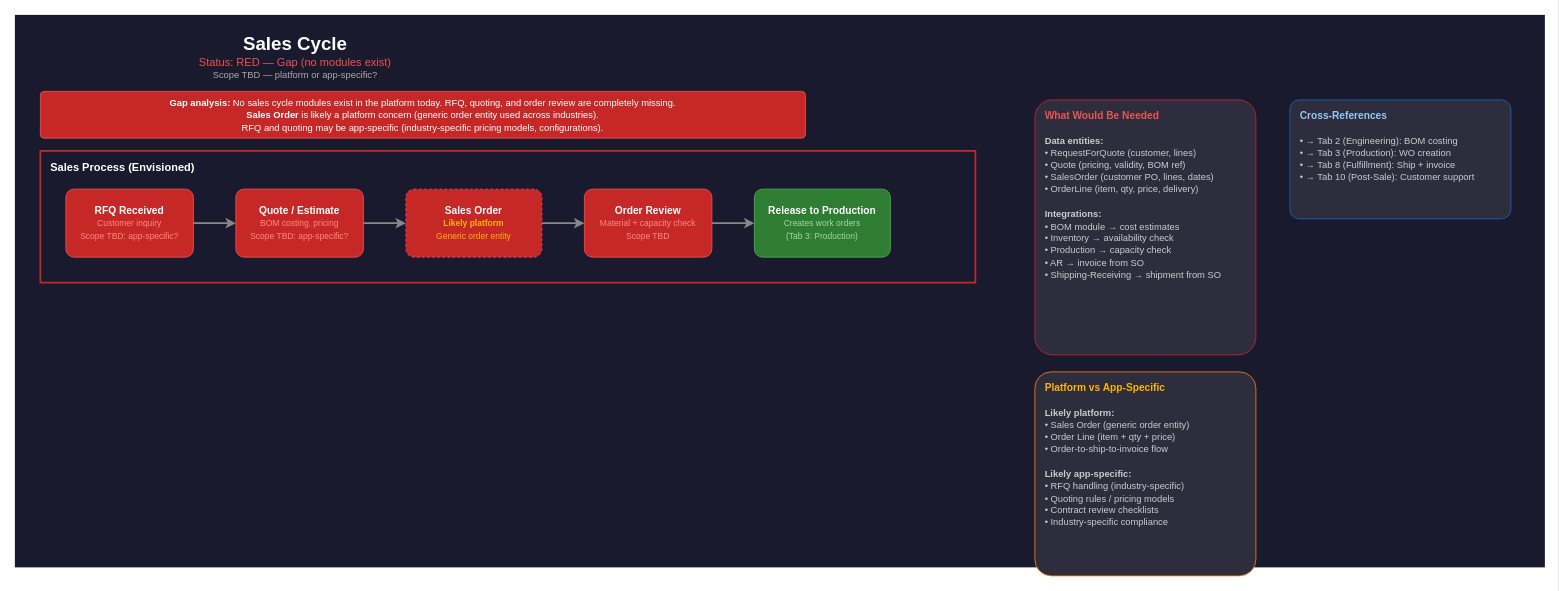
Before: page "9. Sales Cycle" (10 of 11) of docs/plans/manufacturing-lifecycle.drawio in 7D-Solutions/7D-Solutions-Platform, a draw.io diagram. Source tidied: cells renumbered, new cells numbered last; positions are measured from the earlier drawing's top-left corner, leaving out a move shared by most shapes. Both pictures are drawn from the tidied source at 85%, with x=0, y=0 at pixel (14, 14).
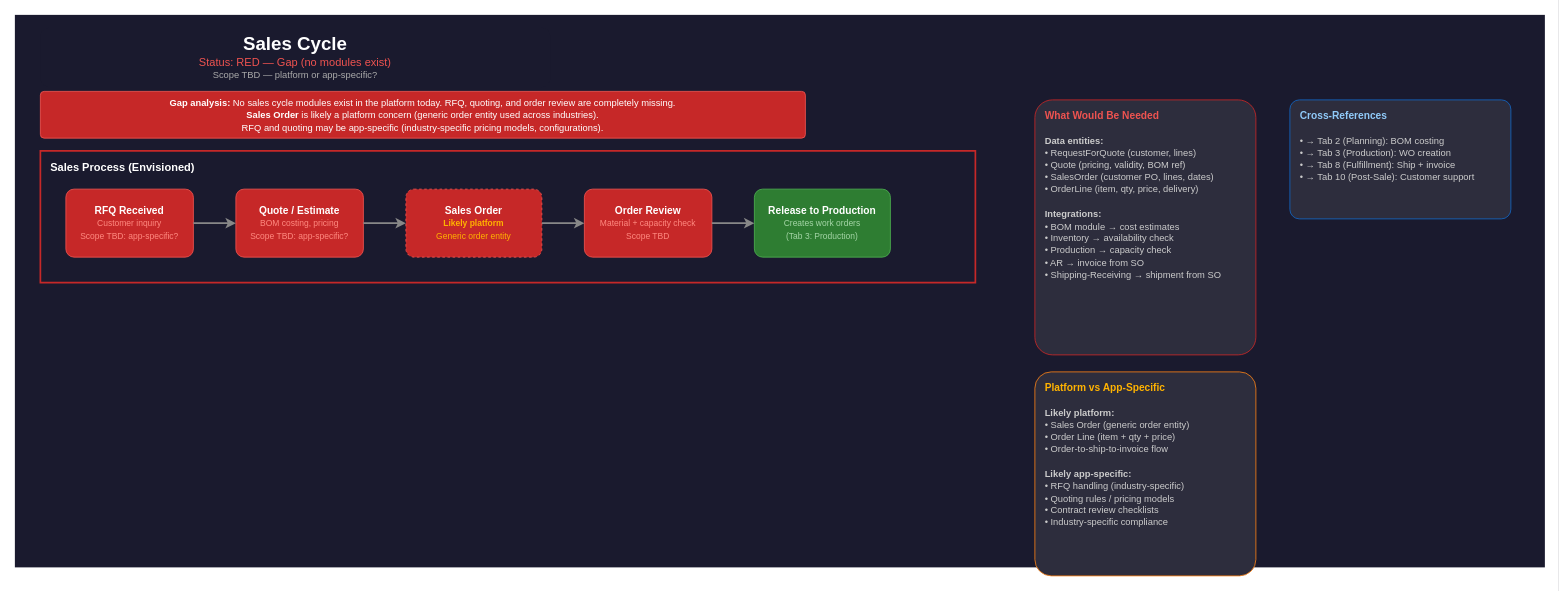
The same page after the edit.

Commit message (it also covers changes not shown here):
[bd-d8xl4] Rename Engineering tab to Planning — industry-neutral

Not all companies have engineering departments. "Planning" is the
generic manufacturing term for BOM definition and change control.

Diff of the diagram source:
```diff
@@
 <mxGraphModel>
   <root>
     <mxCell id="0" />
     <mxCell id="1" parent="0" />
     <mxCell id="2" style="rounded=0;whiteSpace=wrap;html=1;fillColor=#1a1a2e;strokeColor=none;" parent="1" vertex="1">
       <mxGeometry width="1800" height="650" as="geometry" />
     </mxCell>
     <mxCell id="3" value="&lt;font color=&quot;#FFFFFF&quot; style=&quot;font-size:22px&quot;&gt;&lt;b&gt;Sales Cycle&lt;/b&gt;&lt;/font&gt;&lt;br&gt;&lt;font color=&quot;#ef5350&quot; style=&quot;font-size:13px&quot;&gt;Status: RED — Gap (no modules exist)&lt;/font&gt;&lt;br&gt;&lt;font color=&quot;#AAAAAA&quot; style=&quot;font-size:11px&quot;&gt;Scope TBD — platform or app-specific?&lt;/font&gt;" style="text;html=1;align=center;verticalAlign=middle;whiteSpace=wrap;fillColor=#1a1a2e;strokeColor=none;rounded=1;" parent="1" vertex="1">
       <mxGeometry x="30" y="15" width="600" height="70" as="geometry" />
     </mxCell>
     <mxCell id="4" value="&lt;font color=&quot;#FFFFFF&quot; style=&quot;font-size:11px&quot;&gt;&lt;b&gt;Gap analysis:&lt;/b&gt; No sales cycle modules exist in the platform today. RFQ, quoting, and order review are completely missing.&lt;br&gt;&lt;b&gt;Sales Order&lt;/b&gt; is likely a platform concern (generic order entity used across industries).&lt;br&gt;RFQ and quoting may be app-specific (industry-specific pricing models, configurations).&lt;/font&gt;" style="rounded=1;whiteSpace=wrap;html=1;fillColor=#c62828;strokeColor=#ef5350;arcSize=8;" parent="1" vertex="1">
       <mxGeometry x="30" y="90" width="900" height="55" as="geometry" />
     </mxCell>
     <mxCell id="5" value="&lt;font color=&quot;#FFFFFF&quot; style=&quot;font-size:13px&quot;&gt;&lt;b&gt;Sales Process (Envisioned)&lt;/b&gt;&lt;/font&gt;" style="shape=mxgraph.basic.rect;fillColor=#1a1a2e;strokeColor=#c62828;strokeWidth=2;rounded=1;arcSize=4;verticalAlign=top;align=left;spacingLeft=10;spacingTop=5;html=1;" parent="1" vertex="1">
       <mxGeometry x="30" y="160" width="1100" height="155" as="geometry" />
     </mxCell>
     <mxCell id="6" value="&lt;font color=&quot;#FFFFFF&quot;&gt;&lt;b&gt;RFQ Received&lt;/b&gt;&lt;/font&gt;&lt;br&gt;&lt;font color=&quot;#ff8a80&quot; style=&quot;font-size:10px&quot;&gt;Customer inquiry&lt;br&gt;Scope TBD: app-specific?&lt;/font&gt;" style="rounded=1;whiteSpace=wrap;html=1;fillColor=#c62828;strokeColor=#ef5350;arcSize=12;" parent="1" vertex="1">
       <mxGeometry x="60" y="205" width="150" height="80" as="geometry" />
     </mxCell>
     <mxCell id="7" value="&lt;font color=&quot;#FFFFFF&quot;&gt;&lt;b&gt;Quote / Estimate&lt;/b&gt;&lt;/font&gt;&lt;br&gt;&lt;font color=&quot;#ff8a80&quot; style=&quot;font-size:10px&quot;&gt;BOM costing, pricing&lt;br&gt;Scope TBD: app-specific?&lt;/font&gt;" style="rounded=1;whiteSpace=wrap;html=1;fillColor=#c62828;strokeColor=#ef5350;arcSize=12;" parent="1" vertex="1">
       <mxGeometry x="260" y="205" width="150" height="80" as="geometry" />
     </mxCell>
     <mxCell id="8" value="&lt;font color=&quot;#FFFFFF&quot;&gt;&lt;b&gt;Sales Order&lt;/b&gt;&lt;/font&gt;&lt;br&gt;&lt;font color=&quot;#ffb300&quot; style=&quot;font-size:10px&quot;&gt;&lt;b&gt;Likely platform&lt;/b&gt;&lt;br&gt;Generic order entity&lt;/font&gt;" style="rounded=1;whiteSpace=wrap;html=1;fillColor=#c62828;strokeColor=#ef5350;arcSize=12;dashed=1;" parent="1" vertex="1">
       <mxGeometry x="460" y="205" width="160" height="80" as="geometry" />
     </mxCell>
     <mxCell id="9" value="&lt;font color=&quot;#FFFFFF&quot;&gt;&lt;b&gt;Order Review&lt;/b&gt;&lt;/font&gt;&lt;br&gt;&lt;font color=&quot;#ff8a80&quot; style=&quot;font-size:10px&quot;&gt;Material + capacity check&lt;br&gt;Scope TBD&lt;/font&gt;" style="rounded=1;whiteSpace=wrap;html=1;fillColor=#c62828;strokeColor=#ef5350;arcSize=12;" parent="1" vertex="1">
       <mxGeometry x="670" y="205" width="150" height="80" as="geometry" />
     </mxCell>
     <mxCell id="10" value="&lt;font color=&quot;#FFFFFF&quot;&gt;&lt;b&gt;Release to Production&lt;/b&gt;&lt;/font&gt;&lt;br&gt;&lt;font color=&quot;#a5d6a7&quot; style=&quot;font-size:10px&quot;&gt;Creates work orders&lt;br&gt;(Tab 3: Production)&lt;/font&gt;" style="rounded=1;whiteSpace=wrap;html=1;fillColor=#2e7d32;strokeColor=#4caf50;arcSize=12;" parent="1" vertex="1">
       <mxGeometry x="870" y="205" width="160" height="80" as="geometry" />
     </mxCell>
     <mxCell id="11" style="edgeStyle=orthogonalEdgeStyle;rounded=1;strokeColor=#888888;strokeWidth=2;" parent="1" edge="1" source="6" target="7">
       <mxGeometry relative="1" as="geometry" />
     </mxCell>
     <mxCell id="12" style="edgeStyle=orthogonalEdgeStyle;rounded=1;strokeColor=#888888;strokeWidth=2;" parent="1" edge="1" source="7" target="8">
       <mxGeometry relative="1" as="geometry" />
     </mxCell>
     <mxCell id="13" style="edgeStyle=orthogonalEdgeStyle;rounded=1;strokeColor=#888888;strokeWidth=2;" parent="1" edge="1" source="8" target="9">
       <mxGeometry relative="1" as="geometry" />
     </mxCell>
     <mxCell id="14" style="edgeStyle=orthogonalEdgeStyle;rounded=1;strokeColor=#888888;strokeWidth=2;" parent="1" edge="1" source="9" target="10">
       <mxGeometry relative="1" as="geometry" />
     </mxCell>
     <mxCell id="15" value="&lt;font color=&quot;#ef5350&quot;&gt;&lt;b&gt;What Would Be Needed&lt;/b&gt;&lt;/font&gt;&lt;br&gt;&lt;br&gt;&lt;font color=&quot;#CCCCCC&quot; style=&quot;font-size:11px&quot;&gt;&lt;b&gt;Data entities:&lt;/b&gt;&lt;br&gt;• RequestForQuote (customer, lines)&lt;br&gt;• Quote (pricing, validity, BOM ref)&lt;br&gt;• SalesOrder (customer PO, lines, dates)&lt;br&gt;• OrderLine (item, qty, price, delivery)&lt;br&gt;&lt;br&gt;&lt;b&gt;Integrations:&lt;/b&gt;&lt;br&gt;• BOM module → cost estimates&lt;br&gt;• Inventory → availability check&lt;br&gt;• Production → capacity check&lt;br&gt;• AR → invoice from SO&lt;br&gt;• Shipping-Receiving → shipment from SO&lt;/font&gt;" style="rounded=1;whiteSpace=wrap;html=1;fillColor=#2d2d3d;strokeColor=#c62828;arcSize=8;align=left;verticalAlign=top;spacingLeft=10;spacingTop=5;spacingRight=10;" parent="1" vertex="1">
       <mxGeometry x="1200" y="100" width="260" height="300" as="geometry" />
     </mxCell>
     <mxCell id="16" value="&lt;font color=&quot;#ffb300&quot;&gt;&lt;b&gt;Platform vs App-Specific&lt;/b&gt;&lt;/font&gt;&lt;br&gt;&lt;br&gt;&lt;font color=&quot;#CCCCCC&quot; style=&quot;font-size:11px&quot;&gt;&lt;b&gt;Likely platform:&lt;/b&gt;&lt;br&gt;• Sales Order (generic order entity)&lt;br&gt;• Order Line (item + qty + price)&lt;br&gt;• Order-to-ship-to-invoice flow&lt;br&gt;&lt;br&gt;&lt;b&gt;Likely app-specific:&lt;/b&gt;&lt;br&gt;• RFQ handling (industry-specific)&lt;br&gt;• Quoting rules / pricing models&lt;br&gt;• Contract review checklists&lt;br&gt;• Industry-specific compliance&lt;/font&gt;" style="rounded=1;whiteSpace=wrap;html=1;fillColor=#2d2d3d;strokeColor=#f57f17;arcSize=8;align=left;verticalAlign=top;spacingLeft=10;spacingTop=5;spacingRight=10;" parent="1" vertex="1">
       <mxGeometry x="1200" y="420" width="260" height="240" as="geometry" />
     </mxCell>
-    <mxCell id="17" value="&lt;font color=&quot;#90caf9&quot;&gt;&lt;b&gt;Cross-References&lt;/b&gt;&lt;/font&gt;&lt;br&gt;&lt;br&gt;&lt;font color=&quot;#CCCCCC&quot; style=&quot;font-size:11px&quot;&gt;• → Tab 2 (Engineering): BOM costing&lt;br&gt;• → Tab 3 (Production): WO creation&lt;br&gt;• → Tab 8 (Fulfillment): Ship + invoice&lt;br&gt;• → Tab 10 (Post-Sale): Customer support&lt;/font&gt;" style="rounded=1;whiteSpace=wrap;html=1;fillColor=#2d2d3d;strokeColor=#1565c0;arcSize=8;align=left;verticalAlign=top;spacingLeft=10;spacingTop=5;spacingRight=10;" parent="1" vertex="1">
+    <mxCell id="17" value="&lt;font color=&quot;#90caf9&quot;&gt;&lt;b&gt;Cross-References&lt;/b&gt;&lt;/font&gt;&lt;br&gt;&lt;br&gt;&lt;font color=&quot;#CCCCCC&quot; style=&quot;font-size:11px&quot;&gt;• → Tab 2 (Planning): BOM costing&lt;br&gt;• → Tab 3 (Production): WO creation&lt;br&gt;• → Tab 8 (Fulfillment): Ship + invoice&lt;br&gt;• → Tab 10 (Post-Sale): Customer support&lt;/font&gt;" style="rounded=1;whiteSpace=wrap;html=1;fillColor=#2d2d3d;strokeColor=#1565c0;arcSize=8;align=left;verticalAlign=top;spacingLeft=10;spacingTop=5;spacingRight=10;" parent="1" vertex="1">
       <mxGeometry x="1500" y="100" width="260" height="140" as="geometry" />
     </mxCell>
   </root>
 </mxGraphModel>
```
